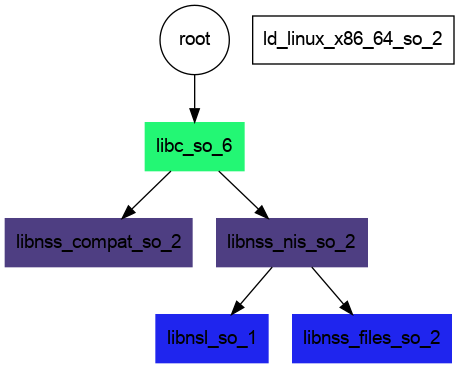
The Graphviz diagram audit.png in buildsi/ldaudit-yaml, before a commit. Its source is kept beside it as audit.dot.
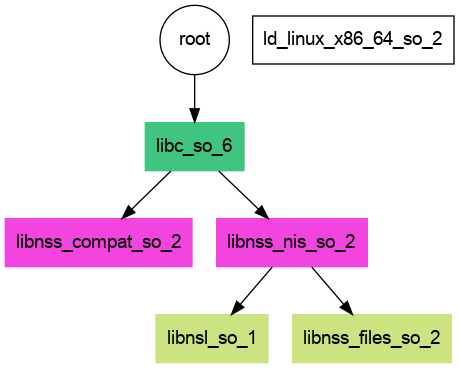
After the change.

Commit message:
better colors!

The edit, as a diff of the source:
```diff
@@ -4,11 +4,11 @@
 
 root [shape=circle]
 ld_linux_x86_64_so_2 [shape=box]
-libc_so_6 [shape=box,style=filled,color="#23F774"]
-libnss_compat_so_2 [shape=box,style=filled,color="#4E3E82"]
-libnss_nis_so_2 [shape=box,style=filled,color="#4E3E82"]
-libnsl_so_1 [shape=box,style=filled,color="#1F25EE"]
-libnss_files_so_2 [shape=box,style=filled,color="#1F25EE"]
+libc_so_6 [shape=box,style=filled,color="#3FC57F"]
+libnss_compat_so_2 [shape=box,style=filled,color="#F444E0"]
+libnss_nis_so_2 [shape=box,style=filled,color="#F444E0"]
+libnsl_so_1 [shape=box,style=filled,color="#CCE381"]
+libnss_files_so_2 [shape=box,style=filled,color="#CCE381"]
 
 root -> libc_so_6
 libc_so_6 -> libnss_compat_so_2
```
